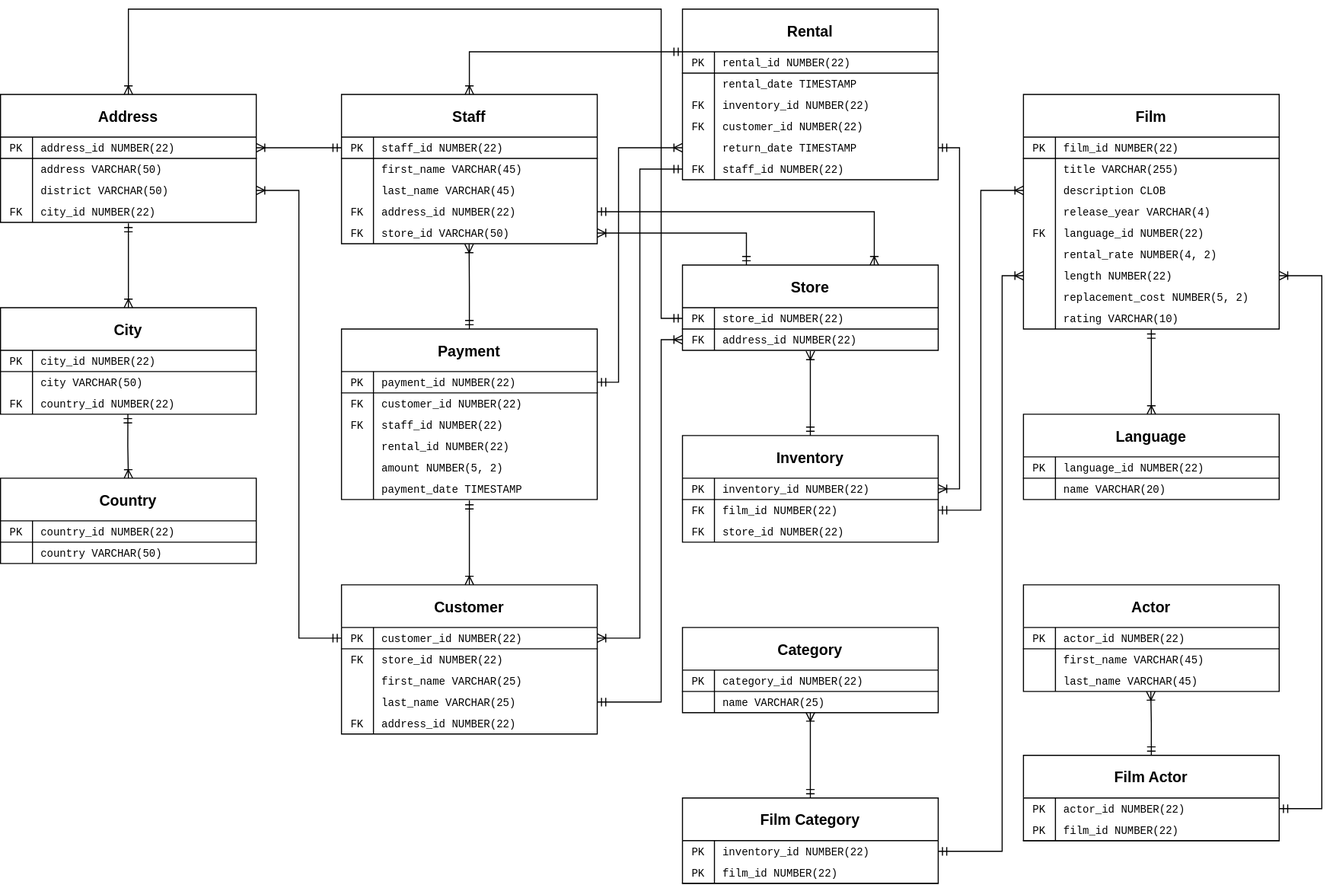
Earlier version of the draw.io export assignments/hw2/diagram1.svg (hanggrian/IIT-ITM515). Source tidied: cells renumbered, new cells last; positions are measured from the earlier drawing's top-left corner, leaving out a move shared by most shapes.
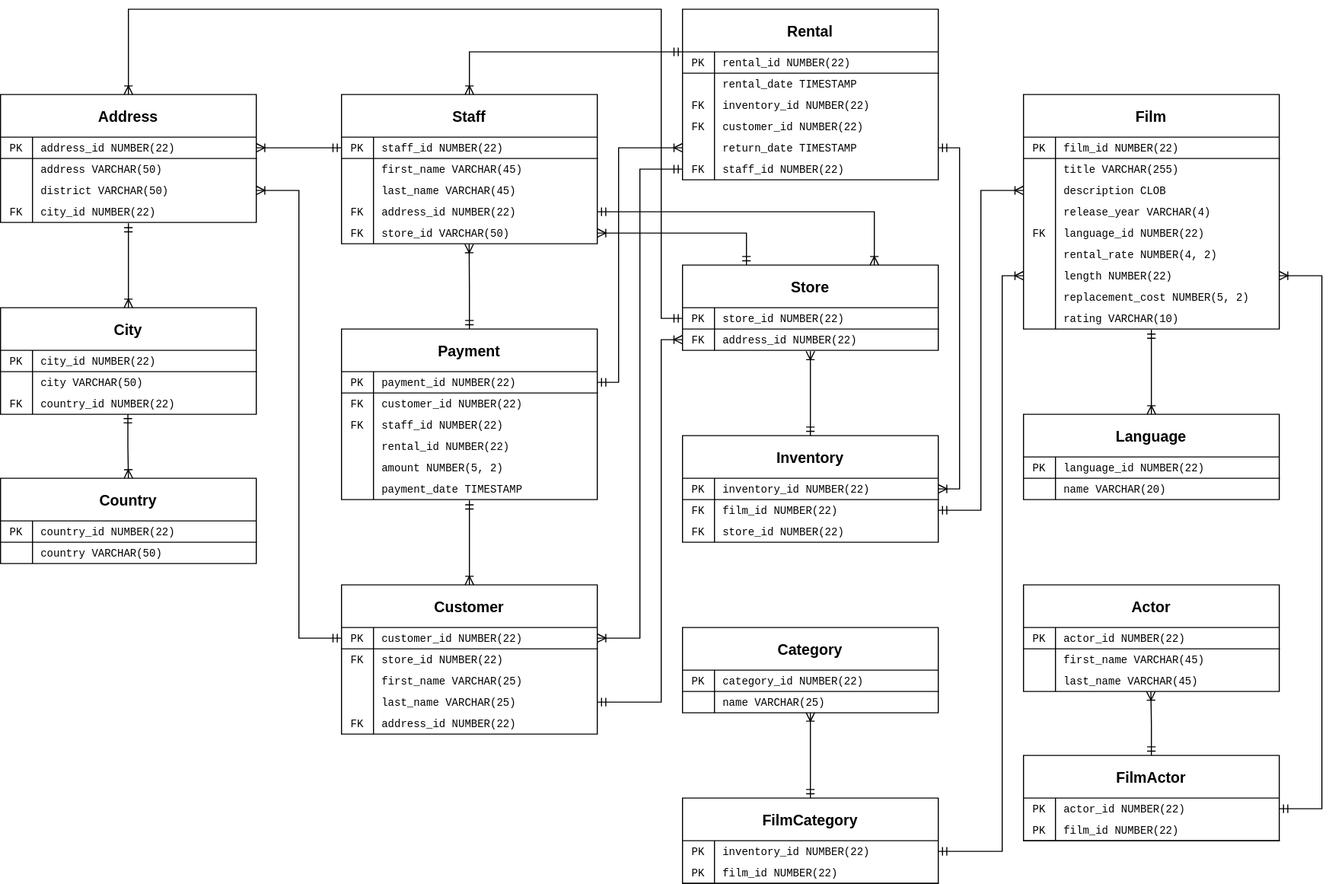
Later version of the same file.

Diff of the diagram source:
```diff
@@ -317,7 +317,7 @@
     <mxCell id="106" value="name VARCHAR(20)" style="shape=partialRectangle;overflow=hidden;fillColor=none;top=0;left=0;bottom=0;right=0;align=left;spacingLeft=6;fontSize=10;fontStyle=0;fontFamily=Courier New;" parent="104" vertex="1">
       <mxGeometry x="30" width="210" height="20" as="geometry" />
     </mxCell>
-    <mxCell id="107" value="Film Category" style="shape=table;startSize=40;rowLines=0;fontStyle=1;align=center;fontSize=14;swimlaneFillColor=none;fontFamily=Helvetica;" parent="1" vertex="1">
+    <mxCell id="107" value="FilmCategory" style="shape=table;startSize=40;rowLines=0;fontStyle=1;align=center;fontSize=14;swimlaneFillColor=none;fontFamily=Helvetica;" parent="1" vertex="1">
       <mxGeometry x="640" y="740" width="240" height="80" as="geometry" />
     </mxCell>
     <mxCell id="108" style="shape=tableRow;horizontal=0;startSize=0;swimlaneHead=0;swimlaneBody=0;fillColor=none;points=[[0,0.5],[1,0.5]];portConstraint=eastwest;top=0;left=0;right=0;bottom=0;" parent="107" vertex="1">
@@ -389,7 +389,7 @@
     <mxCell id="130" value="last_name VARCHAR(45)" style="shape=partialRectangle;fillColor=none;top=0;left=0;bottom=0;right=0;align=left;spacingLeft=6;overflow=hidden;fontSize=10;fontFamily=Courier New;" parent="128" vertex="1">
       <mxGeometry x="30" width="210" height="20" as="geometry" />
     </mxCell>
-    <mxCell id="131" value="Film Actor" style="shape=table;startSize=40;rowLines=0;fontStyle=1;align=center;fontSize=14;swimlaneFillColor=none;fontFamily=Helvetica;" parent="1" vertex="1">
+    <mxCell id="131" value="FilmActor" style="shape=table;startSize=40;rowLines=0;fontStyle=1;align=center;fontSize=14;swimlaneFillColor=none;fontFamily=Helvetica;" parent="1" vertex="1">
       <mxGeometry x="960" y="700" width="240" height="80" as="geometry" />
     </mxCell>
     <mxCell id="132" style="shape=tableRow;horizontal=0;startSize=0;swimlaneHead=0;swimlaneBody=0;fillColor=none;points=[[0,0.5],[1,0.5]];portConstraint=eastwest;top=0;left=0;right=0;bottom=0;" parent="131" vertex="1">
```
